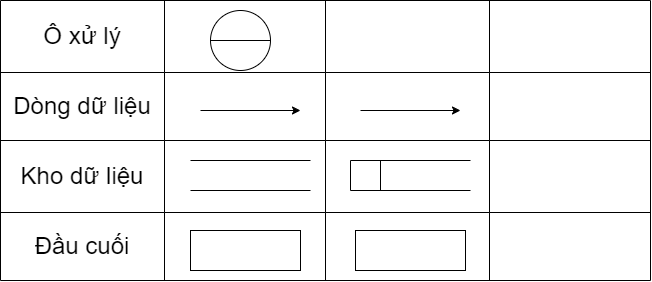
Earlier version of the draw.io export Chương 5c.png (datnham0212/learning). Source tidied: cells renumbered, new cells last; positions are measured from the earlier drawing's top-left corner, leaving out a move shared by most shapes.
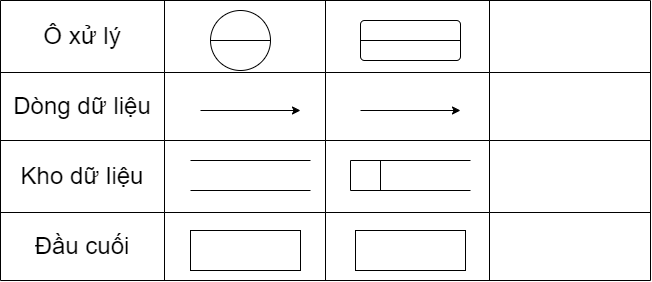
The same file after the commit.

Diff of the diagram source:
```diff
@@ -167,5 +167,13 @@
     <mxCell id="52" style="rounded=0;whiteSpace=wrap;html=1;" parent="1" vertex="1">
       <mxGeometry x="355" y="230" width="110" height="40" as="geometry" />
     </mxCell>
+    <mxCell id="53" style="rounded=1;arcSize=10;whiteSpace=wrap;html=1;align=center;" parent="1" vertex="1">
+      <mxGeometry x="360" y="20" width="100" height="40" as="geometry" />
+    </mxCell>
+    <mxCell id="54" style="endArrow=none;html=1;rounded=0;entryX=1;entryY=0.5;entryDx=0;entryDy=0;" parent="1" edge="1" target="53">
+      <mxGeometry relative="1" as="geometry">
+        <mxPoint x="360" y="40" as="sourcePoint" />
+      </mxGeometry>
+    </mxCell>
   </root>
 </mxGraphModel>
```
